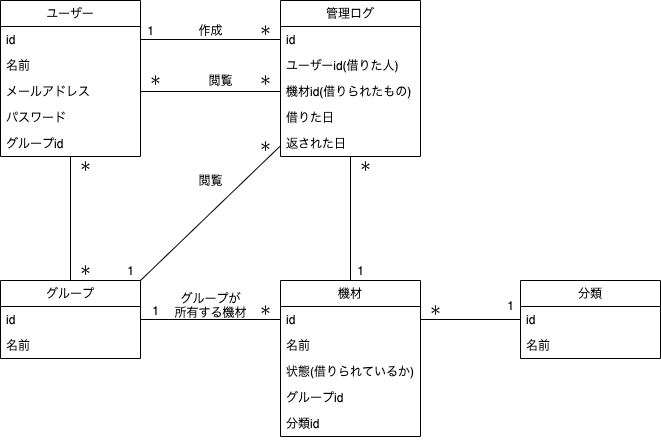
This is Document/EQManager.png from Reimei1213/EQManager, a draw.io export, as it was before one commit. Source tidied: cells renumbered, new cells last; positions are measured from the earlier drawing's top-left corner, leaving out a move shared by most shapes.
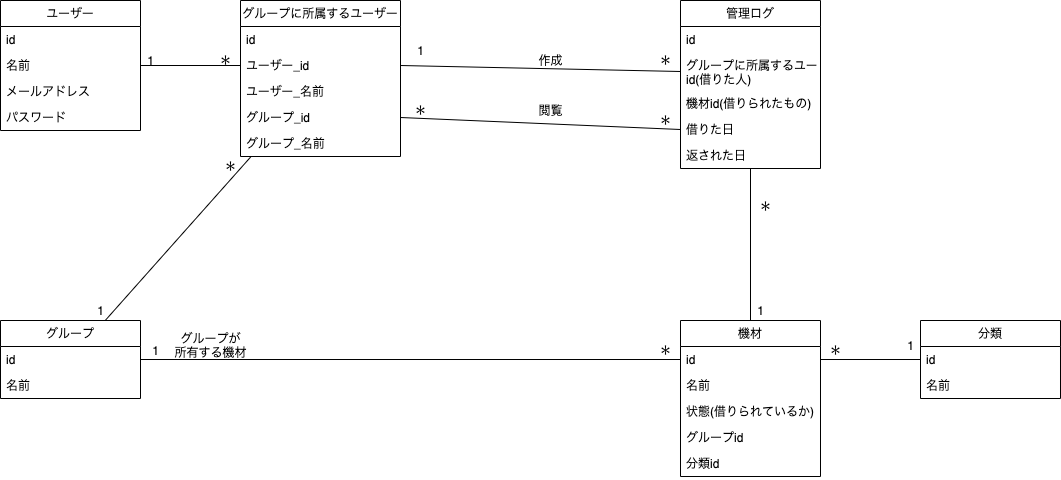
Later version of the same file.

Diff of the diagram source:
```diff
@@ -3,7 +3,7 @@
     <mxCell id="0" />
     <mxCell id="1" parent="0" />
     <mxCell id="2" value="ユーザー" style="swimlane;fontStyle=0;horizontal=1;startSize=26;fillColor=none;" parent="1" vertex="1">
-      <mxGeometry width="140" height="156" as="geometry" />
+      <mxGeometry y="-40" width="140" height="130" as="geometry" />
     </mxCell>
     <mxCell id="3" value="id" style="text;strokeColor=none;fillColor=none;align=left;verticalAlign=top;spacingLeft=4;spacingRight=4;overflow=hidden;points=[[0,0.5],[1,0.5]];portConstraint=eastwest;" parent="2" vertex="1">
       <mxGeometry y="26" width="140" height="26" as="geometry" />
@@ -17,9 +17,6 @@
     <mxCell id="6" value="パスワード" style="text;strokeColor=none;fillColor=none;align=left;verticalAlign=top;spacingLeft=4;spacingRight=4;overflow=hidden;" parent="2" vertex="1">
       <mxGeometry y="104" width="140" height="26" as="geometry" />
     </mxCell>
-    <mxCell id="7" value="グループid" style="text;strokeColor=none;fillColor=none;align=left;verticalAlign=top;spacingLeft=4;spacingRight=4;overflow=hidden;" parent="2" vertex="1">
-      <mxGeometry y="130" width="140" height="26" as="geometry" />
-    </mxCell>
     <mxCell id="8" value="グループ" style="swimlane;fontStyle=0;horizontal=1;startSize=26;fillColor=none;" parent="1" vertex="1">
       <mxGeometry y="280" width="140" height="78" as="geometry" />
     </mxCell>
@@ -30,7 +27,7 @@
       <mxGeometry y="52" width="140" height="26" as="geometry" />
     </mxCell>
     <mxCell id="11" value="機材" style="swimlane;fontStyle=0;horizontal=1;startSize=26;fillColor=none;" parent="1" vertex="1">
-      <mxGeometry x="280" y="280" width="140" height="156" as="geometry" />
+      <mxGeometry x="680" y="280" width="140" height="156" as="geometry" />
     </mxCell>
     <mxCell id="12" value="id" style="text;strokeColor=none;fillColor=none;align=left;verticalAlign=top;spacingLeft=4;spacingRight=4;overflow=hidden;points=[[0,0.5],[1,0.5]];portConstraint=eastwest;" parent="11" vertex="1">
       <mxGeometry y="26" width="140" height="26" as="geometry" />
@@ -47,35 +44,26 @@
     <mxCell id="16" value="分類id" style="text;strokeColor=none;fillColor=none;align=left;verticalAlign=top;spacingLeft=4;spacingRight=4;overflow=hidden;" parent="11" vertex="1">
       <mxGeometry y="130" width="140" height="26" as="geometry" />
     </mxCell>
-    <mxCell id="17" style="endArrow=none;html=1;exitX=0.5;exitY=0;exitDx=0;exitDy=0;" parent="1" edge="1" source="8" target="2">
-      <mxGeometry relative="1" as="geometry" />
-    </mxCell>
-    <mxCell id="18" value="＊" style="text;html=1;align=center;verticalAlign=middle;" parent="1" vertex="1">
-      <mxGeometry x="70" y="156" width="30" height="20" as="geometry" />
-    </mxCell>
-    <mxCell id="19" value="＊" style="text;html=1;align=center;verticalAlign=middle;" parent="1" vertex="1">
-      <mxGeometry x="70" y="260" width="30" height="20" as="geometry" />
-    </mxCell>
     <mxCell id="20" value="管理ログ" style="swimlane;fontStyle=0;horizontal=1;startSize=26;fillColor=none;" parent="1" vertex="1">
-      <mxGeometry x="280" width="140" height="156" as="geometry" />
+      <mxGeometry x="680" y="-40" width="140" height="168" as="geometry" />
     </mxCell>
     <mxCell id="21" value="id" style="text;strokeColor=none;fillColor=none;align=left;verticalAlign=top;spacingLeft=4;spacingRight=4;overflow=hidden;points=[[0,0.5],[1,0.5]];portConstraint=eastwest;" parent="20" vertex="1">
       <mxGeometry y="26" width="140" height="26" as="geometry" />
     </mxCell>
-    <mxCell id="22" value="ユーザーid(借りた人)" style="text;strokeColor=none;fillColor=none;align=left;verticalAlign=top;spacingLeft=4;spacingRight=4;overflow=hidden;points=[[0,0.5],[1,0.5]];portConstraint=eastwest;" parent="20" vertex="1">
-      <mxGeometry y="52" width="140" height="26" as="geometry" />
+    <mxCell id="22" value="グループに所属するユーザー_&#10;id(借りた人)" style="text;strokeColor=none;fillColor=none;align=left;verticalAlign=top;spacingLeft=4;spacingRight=4;overflow=hidden;points=[[0,0.5],[1,0.5]];portConstraint=eastwest;" parent="20" vertex="1">
+      <mxGeometry y="52" width="140" height="38" as="geometry" />
     </mxCell>
     <mxCell id="23" value="機材id(借りられたもの)" style="text;strokeColor=none;fillColor=none;align=left;verticalAlign=top;spacingLeft=4;spacingRight=4;overflow=hidden;points=[[0,0.5],[1,0.5]];portConstraint=eastwest;" parent="20" vertex="1">
-      <mxGeometry y="78" width="140" height="26" as="geometry" />
+      <mxGeometry y="90" width="140" height="26" as="geometry" />
     </mxCell>
     <mxCell id="24" value="借りた日" style="text;strokeColor=none;fillColor=none;align=left;verticalAlign=top;spacingLeft=4;spacingRight=4;overflow=hidden;points=[[0,0.5],[1,0.5]];portConstraint=eastwest;" parent="20" vertex="1">
-      <mxGeometry y="104" width="140" height="26" as="geometry" />
+      <mxGeometry y="116" width="140" height="26" as="geometry" />
     </mxCell>
     <mxCell id="25" value="返された日" style="text;strokeColor=none;fillColor=none;align=left;verticalAlign=top;spacingLeft=4;spacingRight=4;overflow=hidden;" parent="20" vertex="1">
-      <mxGeometry y="130" width="140" height="26" as="geometry" />
+      <mxGeometry y="142" width="140" height="26" as="geometry" />
     </mxCell>
     <mxCell id="26" value="分類" style="swimlane;fontStyle=0;horizontal=1;startSize=26;fillColor=none;" parent="1" vertex="1">
-      <mxGeometry x="520" y="280" width="140" height="78" as="geometry" />
+      <mxGeometry x="920" y="280" width="140" height="78" as="geometry" />
     </mxCell>
     <mxCell id="27" value="id" style="text;strokeColor=none;fillColor=none;align=left;verticalAlign=top;spacingLeft=4;spacingRight=4;overflow=hidden;points=[[0,0.5],[1,0.5]];portConstraint=eastwest;" parent="26" vertex="1">
       <mxGeometry y="26" width="140" height="26" as="geometry" />
@@ -92,62 +80,86 @@
     <mxCell id="31" style="endArrow=none;html=1;exitX=0.5;exitY=0;exitDx=0;exitDy=0;" parent="1" edge="1" source="11" target="20">
       <mxGeometry relative="1" as="geometry" />
     </mxCell>
-    <mxCell id="32" style="endArrow=none;html=1;exitX=1;exitY=0.5;exitDx=0;exitDy=0;entryX=0;entryY=0.5;entryDx=0;entryDy=0;" parent="1" edge="1" source="3" target="21">
-      <mxGeometry relative="1" as="geometry" />
-    </mxCell>
-    <mxCell id="33" style="endArrow=none;html=1;exitX=1;exitY=0;exitDx=0;exitDy=0;" parent="1" edge="1" source="8" target="20">
-      <mxGeometry relative="1" as="geometry" />
-    </mxCell>
-    <mxCell id="34" value="1" style="text;html=1;align=center;verticalAlign=middle;" parent="1" vertex="1">
-      <mxGeometry x="140" y="20" width="20" height="20" as="geometry" />
-    </mxCell>
-    <mxCell id="35" value="＊" style="text;html=1;align=center;verticalAlign=middle;" parent="1" vertex="1">
-      <mxGeometry x="250" y="20" width="30" height="20" as="geometry" />
-    </mxCell>
-    <mxCell id="36" style="endArrow=none;html=1;exitX=1;exitY=0.5;exitDx=0;exitDy=0;entryX=0;entryY=0.5;entryDx=0;entryDy=0;" parent="1" edge="1" source="5" target="23">
-      <mxGeometry relative="1" as="geometry" />
-    </mxCell>
-    <mxCell id="37" value="＊&lt;span style=&quot;color: rgba(0 , 0 , 0 , 0) ; font-family: monospace ; font-size: 0px&quot;&gt;%3CmxGraphModel%3E%3Croot%3E%3CmxCell%20id%3D%220%22%2F%3E%3CmxCell%20id%3D%221%22%20parent%3D%220%22%2F%3E%3CmxCell%20id%3D%222%22%20value%3D%22%E3%82%B0%E3%83%AB%E3%83%BC%E3%83%97id%22%20style%3D%22text%3BstrokeColor%3Dnone%3BfillColor%3Dnone%3Balign%3Dleft%3BverticalAlign%3Dtop%3BspacingLeft%3D4%3BspacingRight%3D4%3Boverflow%3Dhidden%3Brotatable%3D0%3Bpoints%3D%5B%5B0%2C0.5%5D%2C%5B1%2C0.5%5D%5D%3BportConstraint%3Deastwest%3B%22%20vertex%3D%221%22%20parent%3D%221%22%3E%3CmxGeometry%20x%3D%22360%22%20y%3D%22504%22%20width%3D%22140%22%20height%3D%2226%22%20as%3D%22geometry%22%2F%3E%3C%2FmxCell%3E%3C%2Froot%3E%3C%2FmxGraphModel%3E&lt;/span&gt;&lt;span style=&quot;color: rgba(0 , 0 , 0 , 0) ; font-family: monospace ; font-size: 0px&quot;&gt;%3CmxGraphModel%3E%3Croot%3E%3CmxCell%20id%3D%220%22%2F%3E%3CmxCell%20id%3D%221%22%20parent%3D%220%22%2F%3E%3CmxCell%20id%3D%222%22%20value%3D%22%E3%82%B0%E3%83%AB%E3%83%BC%E3%83%97id%22%20style%3D%22text%3BstrokeColor%3Dnone%3BfillColor%3Dnone%3Balign%3Dleft%3BverticalAlign%3Dtop%3BspacingLeft%3D4%3BspacingRight%3D4%3Boverflow%3Dhidden%3Brotatable%3D0%3Bpoints%3D%5B%5B0%2C0.5%5D%2C%5B1%2C0.5%5D%5D%3BportConstraint%3Deastwest%3B%22%20vertex%3D%221%22%20parent%3D%221%22%3E%3CmxGeometry%20x%3D%22360%22%20y%3D%22504%22%20width%3D%22140%22%20height%3D%2226%22%20as%3D%22geometry%22%2F%3E%3C%2FmxCell%3E%3C%2Froot%3E%3C%2FmxGraphModel%3E&lt;/span&gt;" style="text;html=1;align=center;verticalAlign=middle;" parent="1" vertex="1">
-      <mxGeometry x="140" y="70" width="30" height="20" as="geometry" />
-    </mxCell>
-    <mxCell id="38" value="＊" style="text;html=1;align=center;verticalAlign=middle;" parent="1" vertex="1">
-      <mxGeometry x="250" y="70" width="30" height="20" as="geometry" />
-    </mxCell>
     <mxCell id="39" value="作成" style="text;html=1;align=center;verticalAlign=middle;" parent="1" vertex="1">
-      <mxGeometry x="190" y="20" width="40" height="20" as="geometry" />
+      <mxGeometry x="530" y="10" width="40" height="20" as="geometry" />
     </mxCell>
     <mxCell id="40" value="閲覧" style="text;html=1;align=center;verticalAlign=middle;" parent="1" vertex="1">
-      <mxGeometry x="200" y="70" width="40" height="20" as="geometry" />
+      <mxGeometry x="530" y="60" width="40" height="20" as="geometry" />
     </mxCell>
-    <mxCell id="41" value="閲覧" style="text;html=1;align=center;verticalAlign=middle;" parent="1" vertex="1">
-      <mxGeometry x="190" y="170" width="40" height="20" as="geometry" />
-    </mxCell>
-    <mxCell id="42" value="1" style="text;html=1;align=center;verticalAlign=middle;" parent="1" vertex="1">
-      <mxGeometry x="120" y="260" width="20" height="20" as="geometry" />
-    </mxCell>
-    <mxCell id="43" value="＊" style="text;html=1;align=center;verticalAlign=middle;" parent="1" vertex="1">
-      <mxGeometry x="250" y="136" width="30" height="20" as="geometry" />
-    </mxCell>
     <mxCell id="44" value="1" style="text;html=1;align=center;verticalAlign=middle;" parent="1" vertex="1">
       <mxGeometry x="145" y="300" width="20" height="20" as="geometry" />
     </mxCell>
     <mxCell id="45" value="＊" style="text;html=1;align=center;verticalAlign=middle;" parent="1" vertex="1">
-      <mxGeometry x="250" y="300" width="30" height="20" as="geometry" />
+      <mxGeometry x="650" y="300" width="30" height="20" as="geometry" />
     </mxCell>
     <mxCell id="46" value="グループが&lt;br&gt;所有する機材" style="text;html=1;align=center;verticalAlign=middle;" parent="1" vertex="1">
       <mxGeometry x="165" y="290" width="90" height="30" as="geometry" />
     </mxCell>
     <mxCell id="47" value="1" style="text;html=1;align=center;verticalAlign=middle;" parent="1" vertex="1">
-      <mxGeometry x="500" y="295" width="20" height="20" as="geometry" />
+      <mxGeometry x="900" y="295" width="20" height="20" as="geometry" />
     </mxCell>
     <mxCell id="48" value="＊" style="text;html=1;align=center;verticalAlign=middle;" parent="1" vertex="1">
-      <mxGeometry x="420" y="300" width="30" height="20" as="geometry" />
+      <mxGeometry x="820" y="300" width="30" height="20" as="geometry" />
     </mxCell>
     <mxCell id="49" value="1" style="text;html=1;align=center;verticalAlign=middle;" parent="1" vertex="1">
-      <mxGeometry x="350" y="260" width="20" height="20" as="geometry" />
+      <mxGeometry x="750" y="260" width="20" height="20" as="geometry" />
     </mxCell>
     <mxCell id="50" value="＊" style="text;html=1;align=center;verticalAlign=middle;" parent="1" vertex="1">
-      <mxGeometry x="350" y="156" width="30" height="20" as="geometry" />
+      <mxGeometry x="750" y="156" width="30" height="20" as="geometry" />
     </mxCell>
+    <mxCell id="51" value="グループに所属するユーザー" style="swimlane;fontStyle=0;horizontal=1;startSize=26;fillColor=none;" parent="1" vertex="1">
+      <mxGeometry x="240" y="-40" width="160" height="156" as="geometry" />
+    </mxCell>
+    <mxCell id="52" value="id" style="text;strokeColor=none;fillColor=none;align=left;verticalAlign=top;spacingLeft=4;spacingRight=4;overflow=hidden;" parent="51" vertex="1">
+      <mxGeometry y="26" width="160" height="26" as="geometry" />
+    </mxCell>
+    <mxCell id="53" value="ユーザー_id" style="text;strokeColor=none;fillColor=none;align=left;verticalAlign=top;spacingLeft=4;spacingRight=4;overflow=hidden;points=[[0,0.5],[1,0.5]];portConstraint=eastwest;" parent="51" vertex="1">
+      <mxGeometry y="52" width="160" height="26" as="geometry" />
+    </mxCell>
+    <mxCell id="54" value="ユーザー_名前" style="text;strokeColor=none;fillColor=none;align=left;verticalAlign=top;spacingLeft=4;spacingRight=4;overflow=hidden;" parent="51" vertex="1">
+      <mxGeometry y="78" width="160" height="26" as="geometry" />
+    </mxCell>
+    <mxCell id="55" value="グループ_id" style="text;strokeColor=none;fillColor=none;align=left;verticalAlign=top;spacingLeft=4;spacingRight=4;overflow=hidden;points=[[0,0.5],[1,0.5]];portConstraint=eastwest;" parent="51" vertex="1">
+      <mxGeometry y="104" width="160" height="26" as="geometry" />
+    </mxCell>
+    <mxCell id="56" value="グループ_名前" style="text;strokeColor=none;fillColor=none;align=left;verticalAlign=top;spacingLeft=4;spacingRight=4;overflow=hidden;" parent="51" vertex="1">
+      <mxGeometry y="130" width="160" height="26" as="geometry" />
+    </mxCell>
+    <mxCell id="57" style="endArrow=none;html=1;entryX=0;entryY=0.5;entryDx=0;entryDy=0;" parent="1" edge="1" source="2" target="53">
+      <mxGeometry relative="1" as="geometry" />
+    </mxCell>
+    <mxCell id="58" style="endArrow=none;html=1;" parent="1" edge="1" source="8" target="51">
+      <mxGeometry relative="1" as="geometry" />
+    </mxCell>
+    <mxCell id="59" style="endArrow=none;html=1;entryX=0;entryY=0.5;entryDx=0;entryDy=0;exitX=1;exitY=0.5;exitDx=0;exitDy=0;" parent="1" edge="1" source="53" target="22">
+      <mxGeometry relative="1" as="geometry" />
+    </mxCell>
+    <mxCell id="60" style="endArrow=none;html=1;exitX=1;exitY=0.5;exitDx=0;exitDy=0;entryX=0;entryY=0.5;entryDx=0;entryDy=0;" parent="1" edge="1" source="55" target="24">
+      <mxGeometry relative="1" as="geometry" />
+    </mxCell>
+    <mxCell id="61" value="＊" style="text;html=1;align=center;verticalAlign=middle;" parent="1" vertex="1">
+      <mxGeometry x="215" y="116" width="30" height="20" as="geometry" />
+    </mxCell>
+    <mxCell id="62" value="＊" style="text;html=1;align=center;verticalAlign=middle;" parent="1" vertex="1">
+      <mxGeometry x="210" y="10" width="30" height="20" as="geometry" />
+    </mxCell>
+    <mxCell id="63" value="1" style="text;html=1;align=center;verticalAlign=middle;" parent="1" vertex="1">
+      <mxGeometry x="140" y="10" width="20" height="20" as="geometry" />
+    </mxCell>
+    <mxCell id="64" value="1" style="text;html=1;align=center;verticalAlign=middle;" parent="1" vertex="1">
+      <mxGeometry x="90" y="260" width="20" height="20" as="geometry" />
+    </mxCell>
+    <mxCell id="65" value="1" style="text;html=1;align=center;verticalAlign=middle;" parent="1" vertex="1">
+      <mxGeometry x="410" width="20" height="20" as="geometry" />
+    </mxCell>
+    <mxCell id="66" value="＊" style="text;html=1;align=center;verticalAlign=middle;" parent="1" vertex="1">
+      <mxGeometry x="405" y="60" width="30" height="20" as="geometry" />
+    </mxCell>
+    <mxCell id="67" value="＊" style="text;html=1;align=center;verticalAlign=middle;" parent="1" vertex="1">
+      <mxGeometry x="650" y="70" width="30" height="20" as="geometry" />
+    </mxCell>
+    <mxCell id="68" value="＊" style="text;html=1;align=center;verticalAlign=middle;" parent="1" vertex="1">
+      <mxGeometry x="650" y="10" width="30" height="20" as="geometry" />
+    </mxCell>
   </root>
 </mxGraphModel>
```
